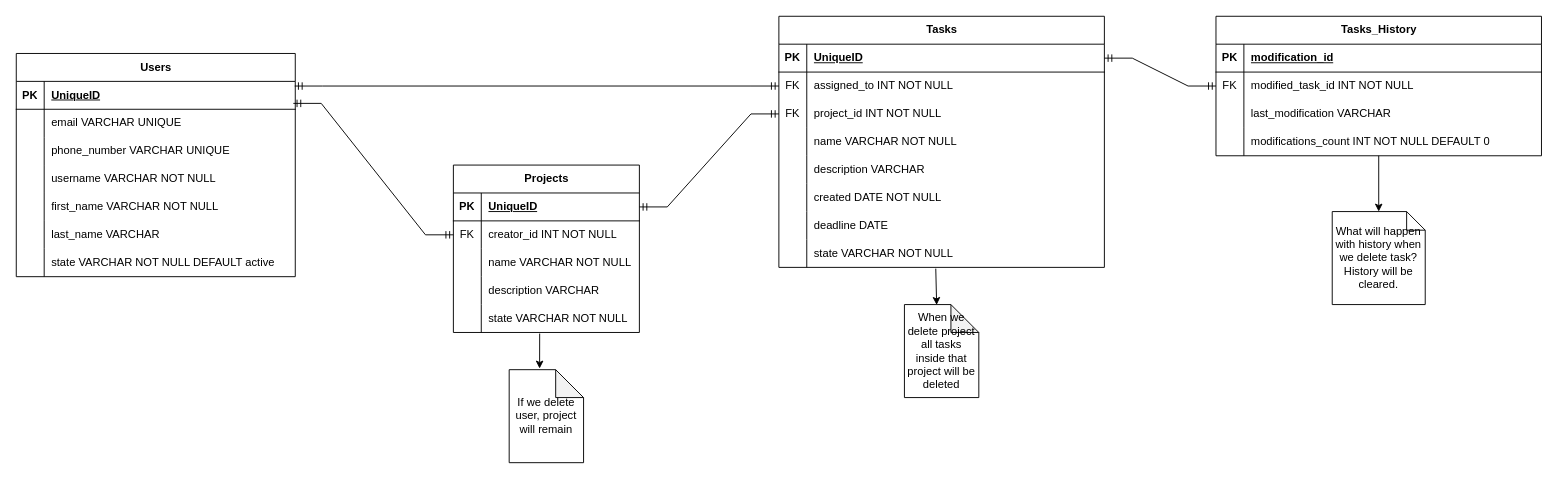
Earlier version of the draw.io diagram ERD.drawio (Aram-TA/test_app). Source tidied: cells renumbered, new cells numbered last; positions are measured from the earlier drawing's top-left corner, leaving out a move shared by most shapes. Both pictures are drawn from the tidied source at 93%, with x=0, y=0 at pixel (16, 16).
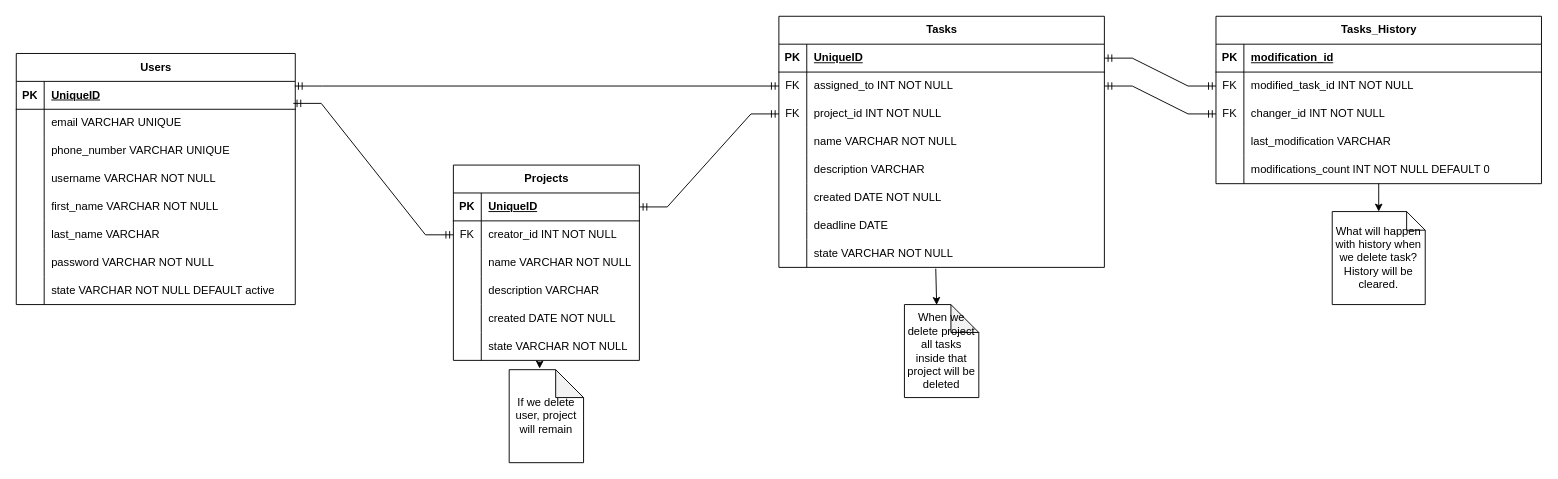
The same diagram, later.

The change refers to these unchanged cells:
```xml
<mxCell id="44" style="shape=tableRow;horizontal=0;startSize=0;swimlaneHead=0;swimlaneBody=0;fillColor=none;points=[[0,0.5],[1,0.5]];portConstraint=eastwest;top=0;left=0;right=0;bottom=0;" parent="40" vertex="1">
  <mxGeometry y="60" width="350" height="30" as="geometry" />
</mxCell>
```

Change to the diagram source:
```diff
@@
     <mxCell id="2" value="Users" style="shape=table;startSize=30;childLayout=tableLayout;rowLines=0;fontStyle=1;align=center;html=1;" parent="1" vertex="1">
-      <mxGeometry y="40" width="300" height="240" as="geometry" />
+      <mxGeometry y="40" width="300" height="270" as="geometry" />
     </mxCell>
@@
+    <mxCell id="88" style="shape=tableRow;horizontal=0;startSize=0;swimlaneHead=0;swimlaneBody=0;fillColor=none;top=0;left=0;right=0;bottom=0;" parent="2" vertex="1">
+      <mxGeometry y="210" width="300" height="30" as="geometry" />
+    </mxCell>
+    <mxCell id="89" style="shape=partialRectangle;fillColor=none;top=0;left=0;bottom=0;right=0;overflow=hidden;whiteSpace=wrap;html=1;" parent="88" vertex="1">
+      <mxGeometry width="30" height="30" as="geometry" />
+    </mxCell>
+    <mxCell id="90" value="password VARCHAR NOT NULL" style="shape=partialRectangle;fillColor=none;top=0;left=0;bottom=0;right=0;align=left;spacingLeft=6;overflow=hidden;whiteSpace=wrap;html=1;" parent="88" vertex="1">
+      <mxGeometry x="30" width="270" height="30" as="geometry" />
+    </mxCell>
     <mxCell id="21" style="shape=tableRow;horizontal=0;startSize=0;swimlaneHead=0;swimlaneBody=0;fillColor=none;top=0;left=0;right=0;bottom=0;" parent="2" vertex="1">
-      <mxGeometry y="210" width="300" height="30" as="geometry" />
+      <mxGeometry y="240" width="300" height="30" as="geometry" />
     </mxCell>
@@
     <mxCell id="24" value="Projects" style="shape=table;startSize=30;childLayout=tableLayout;rowLines=0;fontStyle=1;align=center;html=1;" parent="1" vertex="1">
-      <mxGeometry x="470" y="160" width="200" height="180" as="geometry" />
+      <mxGeometry x="470" y="160" width="200" height="210" as="geometry" />
     </mxCell>
@@
+    <mxCell id="91" style="shape=tableRow;horizontal=0;startSize=0;swimlaneHead=0;swimlaneBody=0;fillColor=none;top=0;left=0;right=0;bottom=0;" parent="24" vertex="1">
+      <mxGeometry y="150" width="200" height="30" as="geometry" />
+    </mxCell>
+    <mxCell id="92" style="shape=partialRectangle;fillColor=none;top=0;left=0;bottom=0;right=0;overflow=hidden;whiteSpace=wrap;html=1;" parent="91" vertex="1">
+      <mxGeometry width="30" height="30" as="geometry" />
+    </mxCell>
+    <mxCell id="93" value="created DATE NOT NULL" style="shape=partialRectangle;fillColor=none;top=0;left=0;bottom=0;right=0;align=left;spacingLeft=6;overflow=hidden;whiteSpace=wrap;html=1;" parent="91" vertex="1">
+      <mxGeometry x="30" width="170" height="30" as="geometry" />
+    </mxCell>
     <mxCell id="37" style="shape=tableRow;horizontal=0;startSize=0;swimlaneHead=0;swimlaneBody=0;fillColor=none;points=[[0,0.5],[1,0.5]];portConstraint=eastwest;top=0;left=0;right=0;bottom=0;" parent="24" vertex="1">
-      <mxGeometry y="150" width="200" height="30" as="geometry" />
+      <mxGeometry y="180" width="200" height="30" as="geometry" />
     </mxCell>
@@
     <mxCell id="68" value="Tasks_History" style="shape=table;startSize=30;childLayout=tableLayout;rowLines=0;fontStyle=1;align=center;html=1;" parent="1" vertex="1">
-      <mxGeometry x="1290" width="350" height="150" as="geometry" />
+      <mxGeometry x="1290" width="350" height="180" as="geometry" />
     </mxCell>
@@
+    <mxCell id="94" style="shape=tableRow;horizontal=0;startSize=0;swimlaneHead=0;swimlaneBody=0;fillColor=none;points=[[0,0.5],[1,0.5]];portConstraint=eastwest;top=0;left=0;right=0;bottom=0;" parent="68" vertex="1">
+      <mxGeometry y="90" width="350" height="30" as="geometry" />
+    </mxCell>
+    <mxCell id="95" value="FK" style="shape=partialRectangle;fillColor=none;top=0;left=0;bottom=0;right=0;overflow=hidden;whiteSpace=wrap;html=1;" parent="94" vertex="1">
+      <mxGeometry width="30" height="30" as="geometry" />
+    </mxCell>
+    <mxCell id="96" value="changer_id INT NOT NULL" style="shape=partialRectangle;fillColor=none;top=0;left=0;bottom=0;right=0;align=left;spacingLeft=6;overflow=hidden;whiteSpace=wrap;html=1;" parent="94" vertex="1">
+      <mxGeometry x="30" width="320" height="30" as="geometry" />
+    </mxCell>
     <mxCell id="75" style="shape=tableRow;horizontal=0;startSize=0;swimlaneHead=0;swimlaneBody=0;fillColor=none;top=0;left=0;right=0;bottom=0;" parent="68" vertex="1">
-      <mxGeometry y="90" width="350" height="30" as="geometry" />
+      <mxGeometry y="120" width="350" height="30" as="geometry" />
     </mxCell>
@@
     <mxCell id="78" style="shape=tableRow;horizontal=0;startSize=0;swimlaneHead=0;swimlaneBody=0;fillColor=none;points=[[0,0.5],[1,0.5]];portConstraint=eastwest;top=0;left=0;right=0;bottom=0;" parent="68" vertex="1">
-      <mxGeometry y="120" width="350" height="30" as="geometry" />
+      <mxGeometry y="150" width="350" height="30" as="geometry" />
     </mxCell>
@@
+    <mxCell id="97" style="edgeStyle=entityRelationEdgeStyle;fontSize=12;html=1;endArrow=ERmandOne;startArrow=ERmandOne;rounded=0;entryX=0;entryY=0.5;entryDx=0;entryDy=0;exitX=1;exitY=0.5;exitDx=0;exitDy=0;" parent="1" edge="1" source="44" target="94">
+      <mxGeometry relative="1" as="geometry" />
+    </mxCell>
```
